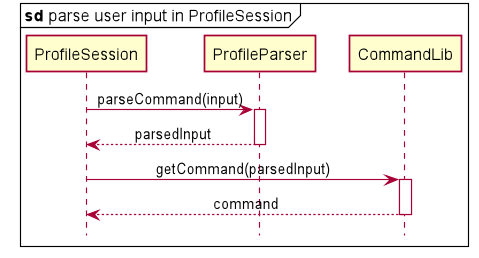
Above: docs/pictures/khoa/ParseInput.png in zsk612/tp (PlantUML), before the change.
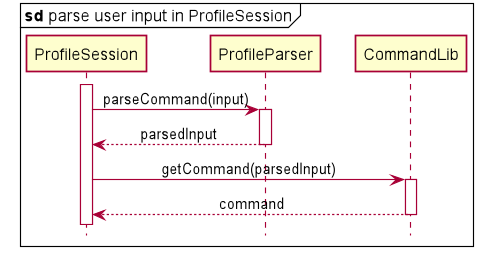
After the commit.

Diff of the diagram source:
```diff
@@ -43,6 +43,7 @@
 
 mainframe <b>sd</b> parse user input in ProfileSession
 
+    activate ProfileSession
     ProfileSession -> ProfileParser ++ : parseCommand(input)
     ProfileParser --> ProfileSession -- : parsedInput
 
```
